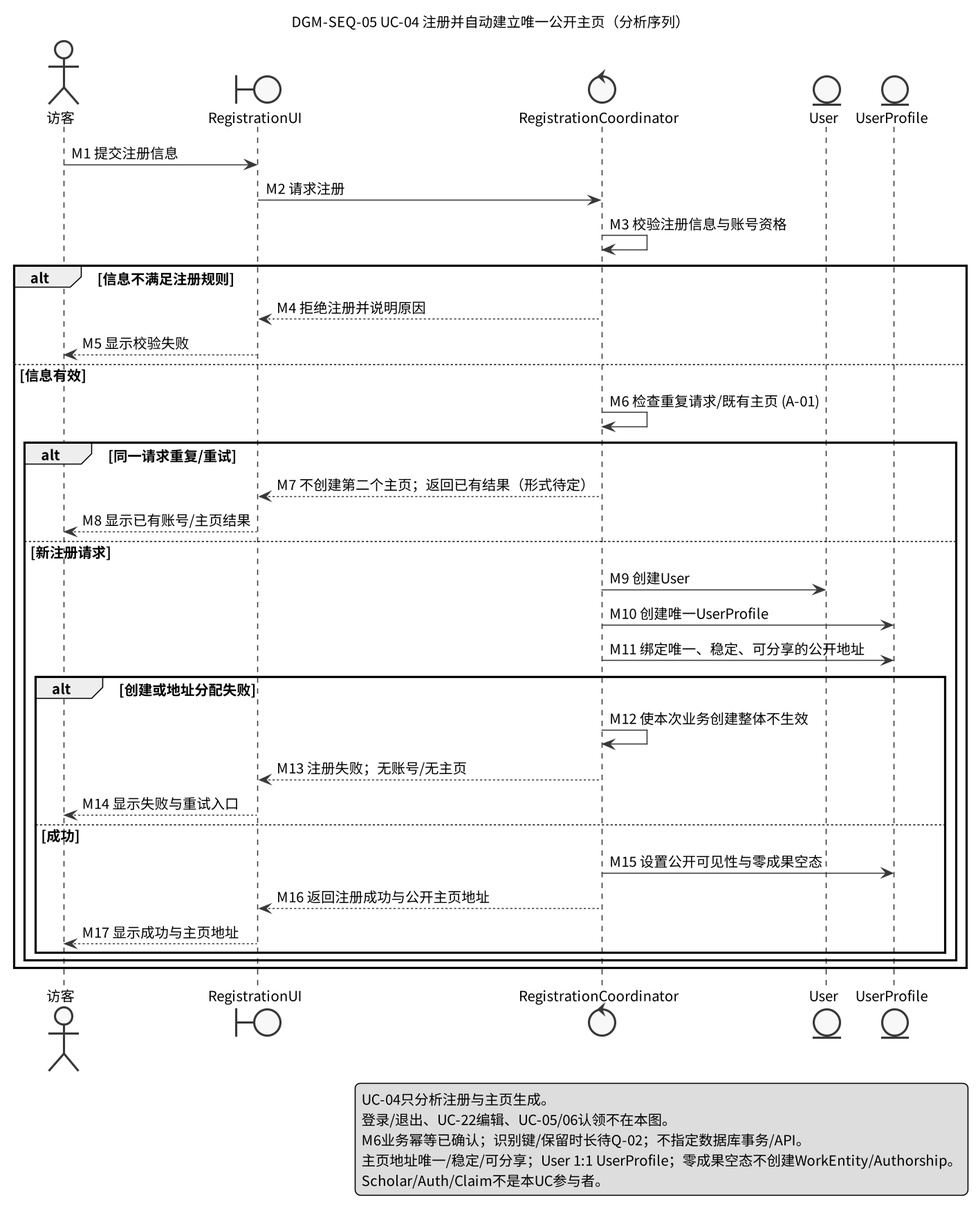
Above: docs/analysis/stage-02/uc-04/diagrams/generated/DGM-SEQ-05-register.png in CognitaNexus/CognitaNexus (PlantUML), before the change. Its source is kept beside it as docs/analysis/stage-02/uc-04/diagrams/DGM-SEQ-05-register.puml.
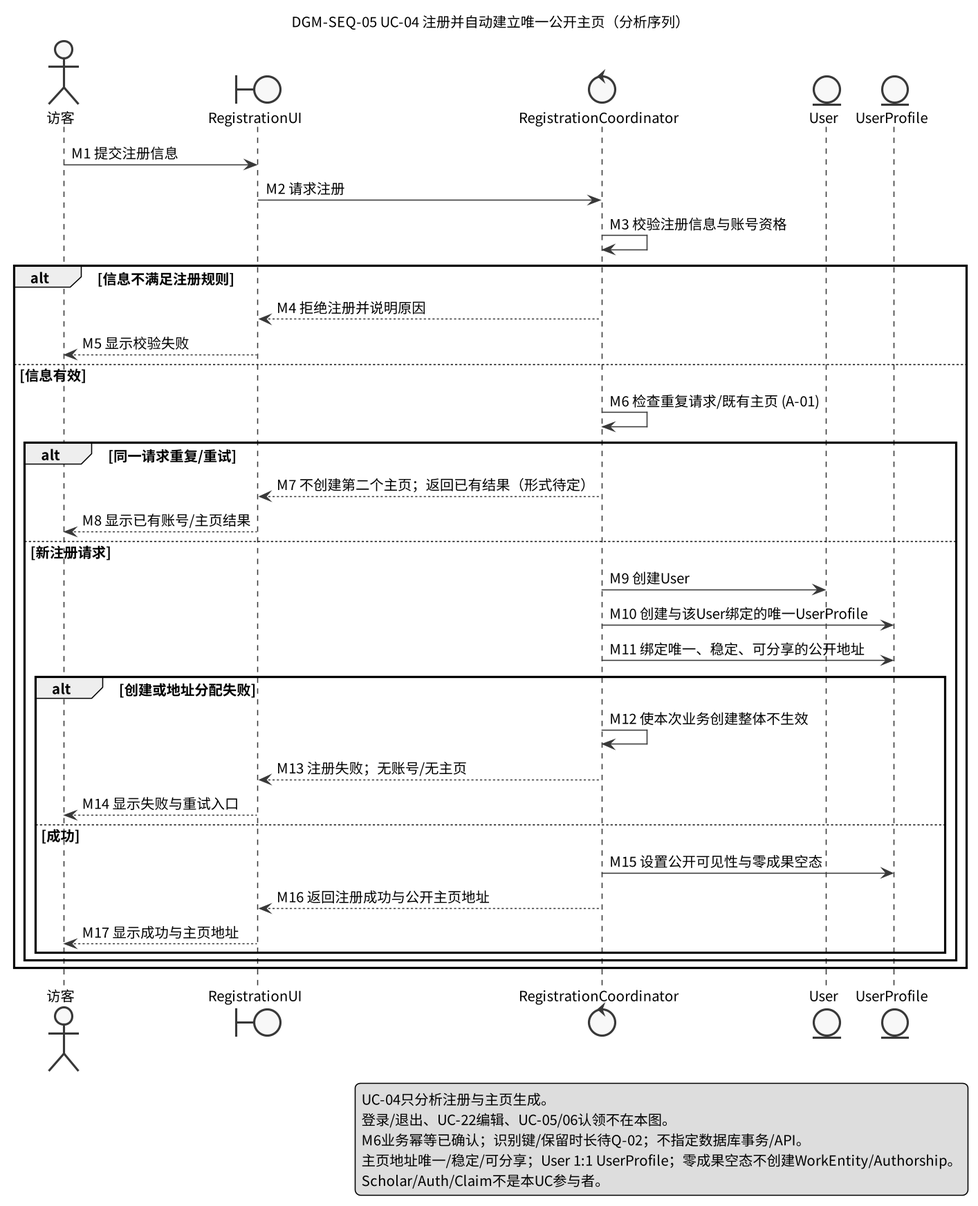
After the change.

The edit, as a diff of the source:
```diff
@@ -25,7 +25,7 @@
     UI --> Visitor : M8 显示已有账号/主页结果
   else 新注册请求
     Coordinator -> User : M9 创建User
-    Coordinator -> Profile : M10 创建唯一UserProfile
+    Coordinator -> Profile : M10 创建与该User绑定的唯一UserProfile
     Coordinator -> Profile : M11 绑定唯一、稳定、可分享的公开地址
     alt 创建或地址分配失败
       Coordinator -> Coordinator : M12 使本次业务创建整体不生效
```
